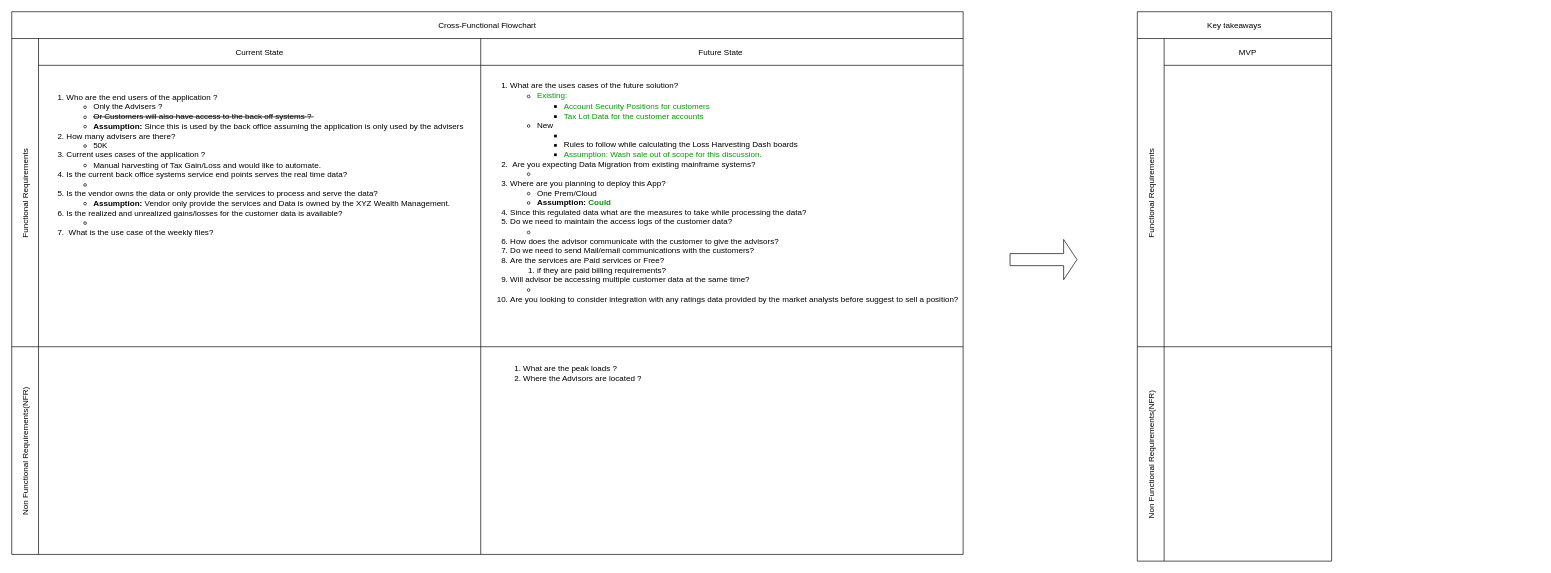
This is page "Discussion" (2 of 3) of solution/XYZ Wealth Management.drawio from Vykuntarao-n/loss-harvesting-dashboard, a draw.io file, before an edit. Source tidied: cells renumbered, new cells numbered last; positions are measured from the earlier drawing's top-left corner, leaving out a move shared by most shapes. Both pictures are drawn from the tidied source at 67%, with x=0, y=0 at pixel (11, 11).
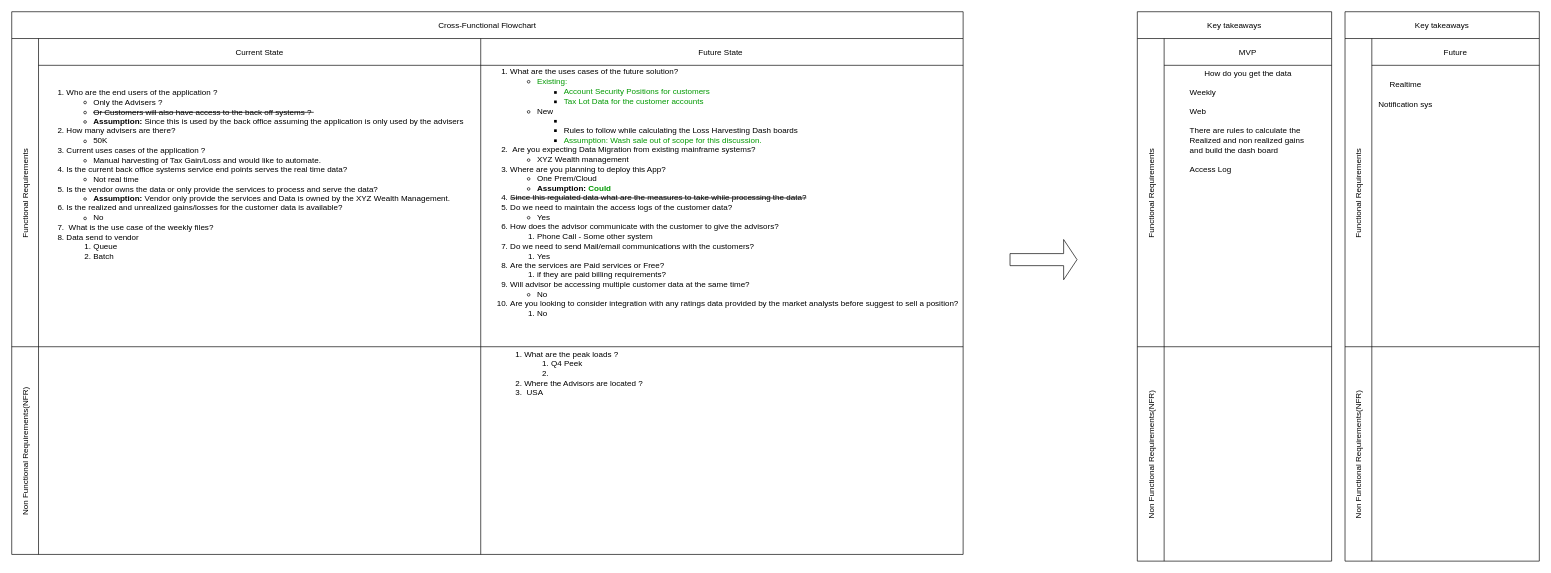
After the change.

The change refers to these unchanged cells:
```xml
<mxCell id="4" value="Current State" style="swimlane;swimlaneHead=0;swimlaneBody=0;fontStyle=0;fillColor=none;startSize=40;" parent="3" vertex="1">
  <mxGeometry x="40" width="660" height="460" as="geometry" />
</mxCell>
<mxCell id="6" value="Future State " style="swimlane;swimlaneHead=0;swimlaneBody=0;fontStyle=0;fillColor=none;startSize=40;" parent="3" vertex="1">
  <mxGeometry x="700" width="720" height="460" as="geometry" />
</mxCell>
<mxCell id="10" style="swimlane;swimlaneHead=0;swimlaneBody=0;fontStyle=0;fillColor=none;startSize=0;" parent="8" vertex="1">
  <mxGeometry x="700" width="720" height="310" as="geometry" />
</mxCell>
```

Diff of the diagram source:
```diff
@@
-    <mxCell id="5" value="&lt;ol&gt;&lt;li&gt;&lt;span style=&quot;background-color: initial;&quot;&gt;Who are the end users of the application ?&lt;/span&gt;&lt;/li&gt;&lt;ul&gt;&lt;li&gt;&lt;span style=&quot;background-color: initial;&quot;&gt;Only the Advisers ?&amp;nbsp;&lt;/span&gt;&lt;/li&gt;&lt;li&gt;&lt;strike&gt;Or Customers will also have access to the back off systems ?&amp;nbsp;&lt;/strike&gt;&lt;/li&gt;&lt;li&gt;&lt;b&gt;Assumption: &lt;/b&gt;Since this is used by the back office assuming the application is only used by the advisers&lt;/li&gt;&lt;/ul&gt;&lt;li&gt;&lt;span style=&quot;background-color: initial;&quot;&gt;How many advisers are there?&amp;nbsp;&lt;/span&gt;&lt;/li&gt;&lt;ul&gt;&lt;li&gt;50K&lt;/li&gt;&lt;/ul&gt;&lt;li&gt;&lt;span style=&quot;background-color: initial;&quot;&gt;Current uses cases&amp;nbsp;of the application ?&amp;nbsp;&lt;/span&gt;&lt;/li&gt;&lt;ul&gt;&lt;li&gt;&lt;span style=&quot;background-color: initial;&quot;&gt;Manual harvesting of Tax Gain/Loss and would like to automate.&lt;/span&gt;&lt;/li&gt;&lt;/ul&gt;&lt;li&gt;Is the current back office systems service end points serves the real time data?&amp;nbsp;&lt;/li&gt;&lt;ul&gt;&lt;li&gt;&lt;br&gt;&lt;/li&gt;&lt;/ul&gt;&lt;li&gt;Is the vendor owns the data or only provide the services to process and serve the data?&amp;nbsp;&lt;/li&gt;&lt;ul&gt;&lt;li&gt;&lt;b&gt;Assumption: &lt;/b&gt;Vendor only provide the services and Data is owned by the XYZ Wealth Management.&amp;nbsp;&lt;/li&gt;&lt;/ul&gt;&lt;li&gt;&lt;span&gt;Is the realized and unrealized gains/losses for the customer data is available?&lt;/span&gt;&lt;br&gt;&lt;/li&gt;&lt;ul&gt;&lt;li&gt;&lt;span&gt;&lt;br&gt;&lt;/span&gt;&lt;/li&gt;&lt;/ul&gt;&lt;li&gt;&lt;span&gt;&lt;b style=&quot;&quot;&gt;&amp;nbsp;&lt;/b&gt;What is the use case&amp;nbsp;of the weekly files?&lt;div style=&quot;&quot;&gt;&lt;span style=&quot;background-color: initial;&quot;&gt;&lt;br&gt;&lt;/span&gt;&lt;/div&gt;&lt;span style=&quot;&quot;&gt;&amp;nbsp;&lt;/span&gt;&lt;br&gt;&lt;/span&gt;&lt;/li&gt;&lt;/ol&gt;&lt;div&gt;&lt;br&gt;&lt;/div&gt;" style="text;html=1;align=left;verticalAlign=middle;strokeColor=none;fillColor=none;" parent="4" vertex="1">
-      <mxGeometry y="60" width="660" height="300" as="geometry" />
+    <mxCell id="5" value="&lt;ol&gt;&lt;li&gt;&lt;span style=&quot;background-color: initial;&quot;&gt;Who are the end users of the application ?&lt;/span&gt;&lt;/li&gt;&lt;ul&gt;&lt;li&gt;&lt;span style=&quot;background-color: initial;&quot;&gt;Only the Advisers ?&amp;nbsp;&lt;/span&gt;&lt;/li&gt;&lt;li&gt;&lt;strike&gt;Or Customers will also have access to the back off systems ?&amp;nbsp;&lt;/strike&gt;&lt;/li&gt;&lt;li&gt;&lt;b&gt;Assumption: &lt;/b&gt;Since this is used by the back office assuming the application is only used by the advisers&lt;/li&gt;&lt;/ul&gt;&lt;li&gt;&lt;span style=&quot;background-color: initial;&quot;&gt;How many advisers are there?&amp;nbsp;&lt;/span&gt;&lt;/li&gt;&lt;ul&gt;&lt;li&gt;50K&lt;/li&gt;&lt;/ul&gt;&lt;li&gt;&lt;span style=&quot;background-color: initial;&quot;&gt;Current uses cases&amp;nbsp;of the application ?&amp;nbsp;&lt;/span&gt;&lt;/li&gt;&lt;ul&gt;&lt;li&gt;&lt;span style=&quot;background-color: initial;&quot;&gt;Manual harvesting of Tax Gain/Loss and would like to automate.&lt;/span&gt;&lt;/li&gt;&lt;/ul&gt;&lt;li&gt;Is the current back office systems service end points serves the real time data?&amp;nbsp;&lt;/li&gt;&lt;ul&gt;&lt;li&gt;Not real time&lt;/li&gt;&lt;/ul&gt;&lt;li&gt;Is the vendor owns the data or only provide the services to process and serve the data?&amp;nbsp;&lt;/li&gt;&lt;ul&gt;&lt;li&gt;&lt;b&gt;Assumption: &lt;/b&gt;Vendor only provide the services and Data is owned by the XYZ Wealth Management.&amp;nbsp;&lt;/li&gt;&lt;/ul&gt;&lt;li&gt;&lt;span&gt;Is the realized and unrealized gains/losses for the customer data is available?&lt;/span&gt;&lt;br&gt;&lt;/li&gt;&lt;ul&gt;&lt;li&gt;No&lt;/li&gt;&lt;/ul&gt;&lt;li&gt;&lt;span&gt;&lt;b style=&quot;&quot;&gt;&amp;nbsp;&lt;/b&gt;What is the use case&amp;nbsp;of the weekly files?&lt;/span&gt;&lt;/li&gt;&lt;li&gt;Data send to vendor&lt;/li&gt;&lt;ol&gt;&lt;li&gt;Queue&lt;/li&gt;&lt;li&gt;Batch&lt;/li&gt;&lt;/ol&gt;&lt;/ol&gt;&lt;div&gt;&lt;br&gt;&lt;/div&gt;" style="text;html=1;align=left;verticalAlign=middle;strokeColor=none;fillColor=none;" parent="4" vertex="1">
+      <mxGeometry y="55" width="660" height="310" as="geometry" />
     </mxCell>
@@
-    <mxCell id="7" value="&lt;ol&gt;&lt;li style=&quot;text-align: left;&quot;&gt;What are the uses cases of the future solution?&lt;/li&gt;&lt;ul&gt;&lt;li style=&quot;text-align: left;&quot;&gt;&lt;span style=&quot;line-height: 107%;&quot;&gt;&lt;font color=&quot;#009900&quot; style=&quot;font-size: 12px;&quot;&gt;Existing:&amp;nbsp;&lt;/font&gt;&lt;/span&gt;&lt;/li&gt;&lt;ul&gt;&lt;li style=&quot;text-align: left;&quot;&gt;&lt;font color=&quot;#009900&quot;&gt;&lt;span style=&quot;line-height: 107%;&quot;&gt;&lt;font style=&quot;font-size: 12px;&quot;&gt;Account Security Positions for customers&lt;/font&gt;&lt;/span&gt;&lt;span style=&quot;font-size: 11pt; line-height: 107%;&quot;&gt;&amp;nbsp;&lt;/span&gt;&lt;/font&gt;&lt;/li&gt;&lt;li style=&quot;text-align: left;&quot;&gt;&lt;font color=&quot;#009900&quot; style=&quot;font-size: 12px;&quot;&gt;Tax Lot Data for the customer accounts&lt;/font&gt;&lt;/li&gt;&lt;/ul&gt;&lt;li style=&quot;text-align: left;&quot;&gt;&lt;font style=&quot;font-size: 12px;&quot;&gt;New&lt;/font&gt;&lt;/li&gt;&lt;ul&gt;&lt;li style=&quot;text-align: left;&quot;&gt;&lt;br&gt;&lt;/li&gt;&lt;li style=&quot;text-align: left;&quot;&gt;Rules to follow while calculating the Loss Harvesting Dash boards&lt;/li&gt;&lt;li style=&quot;text-align: left;&quot;&gt;&lt;font color=&quot;#009900&quot;&gt;Assumption: Wash sale out of scope for this discussion.&lt;/font&gt;&amp;nbsp;&amp;nbsp;&lt;/li&gt;&lt;/ul&gt;&lt;/ul&gt;&lt;li style=&quot;text-align: left;&quot;&gt;&amp;nbsp;Are you expecting Data Migration from existing mainframe systems?&lt;/li&gt;&lt;ul&gt;&lt;li style=&quot;text-align: left;&quot;&gt;&lt;br&gt;&lt;/li&gt;&lt;/ul&gt;&lt;li style=&quot;text-align: left;&quot;&gt;Where are you planning to deploy this App?&lt;/li&gt;&lt;ul&gt;&lt;li style=&quot;text-align: left;&quot;&gt;One Prem/Cloud&amp;nbsp;&lt;/li&gt;&lt;li style=&quot;text-align: left;&quot;&gt;&lt;b&gt;Assumption: &lt;font color=&quot;#009900&quot;&gt;Could&lt;/font&gt;&lt;/b&gt;&lt;/li&gt;&lt;/ul&gt;&lt;li style=&quot;text-align: left;&quot;&gt;Since this regulated data what are the measures to take while processing the data?&lt;/li&gt;&lt;li style=&quot;text-align: left;&quot;&gt;Do we need to maintain the access logs of the customer data?&lt;/li&gt;&lt;ul&gt;&lt;li style=&quot;text-align: left;&quot;&gt;&lt;br&gt;&lt;/li&gt;&lt;/ul&gt;&lt;li style=&quot;text-align: left;&quot;&gt;How does the advisor communicate with the customer to give the advisors?&lt;/li&gt;&lt;li style=&quot;text-align: left;&quot;&gt;Do we need to send Mail/email communications with the customers?&lt;/li&gt;&lt;li style=&quot;text-align: left;&quot;&gt;Are the services are Paid services or Free?&lt;/li&gt;&lt;ol&gt;&lt;li style=&quot;text-align: left;&quot;&gt;if they are paid billing requirements?&amp;nbsp;&amp;nbsp;&lt;/li&gt;&lt;/ol&gt;&lt;li style=&quot;text-align: left;&quot;&gt;Will advisor be accessing multiple customer data at the same time?&amp;nbsp;&lt;/li&gt;&lt;ul&gt;&lt;li style=&quot;text-align: left;&quot;&gt;&lt;br&gt;&lt;/li&gt;&lt;/ul&gt;&lt;li style=&quot;text-align: left;&quot;&gt;Are you looking to consider integration with any ratings data provided by the market analysts before suggest to sell a position?&amp;nbsp;&lt;/li&gt;&lt;/ol&gt;" style="text;html=1;align=center;verticalAlign=middle;strokeColor=none;fillColor=none;" parent="6" vertex="1">
-      <mxGeometry x="-10" y="45" width="740" height="370" as="geometry" />
+    <mxCell id="7" value="&lt;ol&gt;&lt;li style=&quot;text-align: left;&quot;&gt;What are the uses cases of the future solution?&lt;/li&gt;&lt;ul&gt;&lt;li style=&quot;text-align: left;&quot;&gt;&lt;span style=&quot;line-height: 107%;&quot;&gt;&lt;font color=&quot;#009900&quot; style=&quot;font-size: 12px;&quot;&gt;Existing:&amp;nbsp;&lt;/font&gt;&lt;/span&gt;&lt;/li&gt;&lt;ul&gt;&lt;li style=&quot;text-align: left;&quot;&gt;&lt;font color=&quot;#009900&quot;&gt;&lt;span style=&quot;line-height: 107%;&quot;&gt;&lt;font style=&quot;font-size: 12px;&quot;&gt;Account Security Positions for customers&lt;/font&gt;&lt;/span&gt;&lt;span style=&quot;font-size: 11pt; line-height: 107%;&quot;&gt;&amp;nbsp;&lt;/span&gt;&lt;/font&gt;&lt;/li&gt;&lt;li style=&quot;text-align: left;&quot;&gt;&lt;font color=&quot;#009900&quot; style=&quot;font-size: 12px;&quot;&gt;Tax Lot Data for the customer accounts&lt;/font&gt;&lt;/li&gt;&lt;/ul&gt;&lt;li style=&quot;text-align: left;&quot;&gt;&lt;font style=&quot;font-size: 12px;&quot;&gt;New&lt;/font&gt;&lt;/li&gt;&lt;ul&gt;&lt;li style=&quot;text-align: left;&quot;&gt;&lt;br&gt;&lt;/li&gt;&lt;li style=&quot;text-align: left;&quot;&gt;Rules to follow while calculating the Loss Harvesting Dash boards&lt;/li&gt;&lt;li style=&quot;text-align: left;&quot;&gt;&lt;font color=&quot;#009900&quot;&gt;Assumption: Wash sale out of scope for this discussion.&lt;/font&gt;&amp;nbsp;&amp;nbsp;&lt;/li&gt;&lt;/ul&gt;&lt;/ul&gt;&lt;li style=&quot;text-align: left;&quot;&gt;&amp;nbsp;Are you expecting Data Migration from existing mainframe systems?&lt;/li&gt;&lt;ul&gt;&lt;li style=&quot;text-align: left;&quot;&gt;XYZ Wealth management&lt;/li&gt;&lt;/ul&gt;&lt;li style=&quot;text-align: left;&quot;&gt;Where are you planning to deploy this App?&lt;/li&gt;&lt;ul&gt;&lt;li style=&quot;text-align: left;&quot;&gt;One Prem/Cloud&amp;nbsp;&lt;/li&gt;&lt;li style=&quot;text-align: left;&quot;&gt;&lt;b&gt;Assumption: &lt;font color=&quot;#009900&quot;&gt;Could&lt;/font&gt;&lt;/b&gt;&lt;/li&gt;&lt;/ul&gt;&lt;li style=&quot;text-align: left;&quot;&gt;&lt;strike&gt;Since this regulated data what are the measures to take while processing the data?&lt;/strike&gt;&lt;/li&gt;&lt;li style=&quot;text-align: left;&quot;&gt;Do we need to maintain the access logs of the customer data?&lt;/li&gt;&lt;ul&gt;&lt;li style=&quot;text-align: left;&quot;&gt;Yes&lt;/li&gt;&lt;/ul&gt;&lt;li style=&quot;text-align: left;&quot;&gt;How does the advisor communicate with the customer to give the advisors?&lt;/li&gt;&lt;ol&gt;&lt;li style=&quot;text-align: left;&quot;&gt;Phone Call - Some other system&lt;/li&gt;&lt;/ol&gt;&lt;li style=&quot;text-align: left;&quot;&gt;Do we need to send Mail/email communications with the customers?&lt;/li&gt;&lt;ol&gt;&lt;li style=&quot;text-align: left;&quot;&gt;Yes&lt;/li&gt;&lt;/ol&gt;&lt;li style=&quot;text-align: left;&quot;&gt;Are the services are Paid services or Free?&lt;/li&gt;&lt;ol&gt;&lt;li style=&quot;text-align: left;&quot;&gt;if they are paid billing requirements?&amp;nbsp;&amp;nbsp;&lt;/li&gt;&lt;/ol&gt;&lt;li style=&quot;text-align: left;&quot;&gt;Will advisor be accessing multiple customer data at the same time?&amp;nbsp;&lt;/li&gt;&lt;ul&gt;&lt;li style=&quot;text-align: left;&quot;&gt;No&lt;/li&gt;&lt;/ul&gt;&lt;li style=&quot;text-align: left;&quot;&gt;Are you looking to consider integration with any ratings data provided by the market analysts before suggest to sell a position?&amp;nbsp;&lt;/li&gt;&lt;ol&gt;&lt;li style=&quot;text-align: left;&quot;&gt;No&lt;/li&gt;&lt;/ol&gt;&lt;/ol&gt;" style="text;html=1;align=center;verticalAlign=middle;strokeColor=none;fillColor=none;" parent="6" vertex="1">
+      <mxGeometry x="-10" y="25" width="740" height="410" as="geometry" />
     </mxCell>
@@
-    <mxCell id="11" value="&lt;ol&gt;&lt;li style=&quot;text-align: left;&quot;&gt;&lt;span style=&quot;&quot;&gt;What are the peak loads ?&lt;/span&gt;&lt;/li&gt;&lt;li style=&quot;text-align: left;&quot;&gt;&lt;span style=&quot;&quot;&gt;Where the Advisors are located ?&amp;nbsp;&amp;nbsp;&lt;/span&gt;&lt;/li&gt;&lt;/ol&gt;" style="text;html=1;align=center;verticalAlign=middle;strokeColor=none;fillColor=none;" parent="10" vertex="1">
-      <mxGeometry x="10" y="5" width="250" height="70" as="geometry" />
+    <mxCell id="11" value="&lt;ol&gt;&lt;li style=&quot;text-align: left;&quot;&gt;&lt;span style=&quot;&quot;&gt;What are the peak loads ?&lt;/span&gt;&lt;/li&gt;&lt;ol&gt;&lt;li style=&quot;text-align: left;&quot;&gt;&lt;span style=&quot;&quot;&gt;Q4 Peek&lt;/span&gt;&lt;/li&gt;&lt;li style=&quot;text-align: left;&quot;&gt;&lt;span style=&quot;&quot;&gt;&lt;br&gt;&lt;/span&gt;&lt;/li&gt;&lt;/ol&gt;&lt;li style=&quot;text-align: left;&quot;&gt;&lt;span style=&quot;&quot;&gt;Where the Advisors are located ?&amp;nbsp;&lt;/span&gt;&lt;/li&gt;&lt;li style=&quot;text-align: left;&quot;&gt;&lt;span style=&quot;&quot;&gt;&lt;span style=&quot;white-space: pre;&quot;&gt; &lt;/span&gt;USA&amp;nbsp;&lt;/span&gt;&lt;/li&gt;&lt;/ol&gt;" style="text;html=1;align=center;verticalAlign=middle;strokeColor=none;fillColor=none;" parent="10" vertex="1">
+      <mxGeometry x="15" y="-15" width="240" height="110" as="geometry" />
     </mxCell>
@@
+    <mxCell id="18" value="Key takeaways" style="shape=table;childLayout=tableLayout;startSize=40;" parent="1" vertex="1">
+      <mxGeometry x="1990" width="290" height="820" as="geometry" />
+    </mxCell>
+    <mxCell id="19" value="Functional Requirements" style="shape=tableRow;horizontal=0;swimlaneHead=0;swimlaneBody=0;top=0;left=0;bottom=0;right=0;fontStyle=0;fillColor=none;startSize=40;" parent="18" vertex="1">
+      <mxGeometry y="40" width="290" height="460" as="geometry" />
+    </mxCell>
+    <mxCell id="20" value="Future" style="swimlane;swimlaneHead=0;swimlaneBody=0;fontStyle=0;fillColor=none;startSize=40;" parent="19" vertex="1">
+      <mxGeometry x="40" width="250" height="460" as="geometry" />
+    </mxCell>
+    <mxCell id="21" value="Non Functional Requirements(NFR)" style="shape=tableRow;horizontal=0;swimlaneHead=0;swimlaneBody=0;top=0;left=0;bottom=0;right=0;fontStyle=0;fillColor=none;startSize=40;" parent="18" vertex="1">
+      <mxGeometry y="500" width="290" height="320" as="geometry" />
+    </mxCell>
+    <mxCell id="22" style="swimlane;swimlaneHead=0;swimlaneBody=0;fontStyle=0;fillColor=none;startSize=0;" parent="21" vertex="1">
+      <mxGeometry x="40" width="250" height="320" as="geometry" />
+    </mxCell>
+    <mxCell id="23" value="Realtime&lt;br&gt;&lt;br&gt;&lt;div style=&quot;text-align: left;&quot;&gt;Notification sys&lt;/div&gt;&lt;div style=&quot;text-align: left;&quot;&gt;&lt;br&gt;&lt;/div&gt;" style="text;html=1;align=center;verticalAlign=middle;strokeColor=none;fillColor=none;" parent="1" vertex="1">
+      <mxGeometry x="2030" y="95" width="100" height="70" as="geometry" />
+    </mxCell>
+    <mxCell id="24" value="How do you get the data&lt;br&gt;&lt;br&gt;&lt;div style=&quot;text-align: left;&quot;&gt;&lt;span style=&quot;background-color: initial;&quot;&gt;Weekly&lt;/span&gt;&lt;/div&gt;&lt;div style=&quot;text-align: left;&quot;&gt;&lt;span style=&quot;background-color: initial;&quot;&gt;&lt;br&gt;&lt;/span&gt;&lt;/div&gt;&lt;div style=&quot;text-align: left;&quot;&gt;&lt;span style=&quot;background-color: initial;&quot;&gt;Web&lt;/span&gt;&lt;/div&gt;&lt;div style=&quot;text-align: left;&quot;&gt;&lt;span style=&quot;background-color: initial;&quot;&gt;&lt;br&gt;&lt;/span&gt;&lt;/div&gt;&lt;div style=&quot;text-align: left;&quot;&gt;There are rules to calculate the&amp;nbsp;&lt;/div&gt;&lt;div style=&quot;text-align: left;&quot;&gt;Realized and non realized gains&amp;nbsp;&lt;/div&gt;&lt;div style=&quot;text-align: left;&quot;&gt;and build the dash board&lt;/div&gt;&lt;div style=&quot;text-align: left;&quot;&gt;&lt;span style=&quot;background-color: initial;&quot;&gt;&lt;br&gt;&lt;/span&gt;&lt;/div&gt;&lt;div style=&quot;text-align: left;&quot;&gt;Access Log&lt;/div&gt;&lt;div style=&quot;text-align: left;&quot;&gt;&lt;br&gt;&lt;/div&gt;&lt;div style=&quot;text-align: left;&quot;&gt;&lt;span style=&quot;background-color: initial;&quot;&gt;&lt;br&gt;&lt;/span&gt;&lt;/div&gt;&lt;div style=&quot;text-align: left;&quot;&gt;&lt;br&gt;&lt;/div&gt;" style="text;html=1;align=center;verticalAlign=middle;strokeColor=none;fillColor=none;" parent="1" vertex="1">
+      <mxGeometry x="1745" y="80" width="200" height="210" as="geometry" />
+    </mxCell>
```
